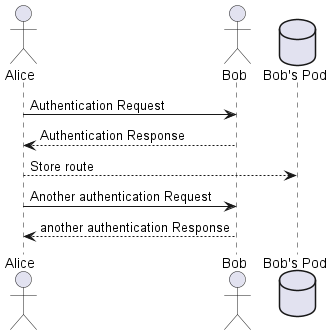
This is images/Sequence diagram.png from Arquisoft/lomap_en2a, a PlantUML export, as it was before one commit. The source it was exported from:
```plantuml
@startuml
actor Alice
actor Bob
database Pod as "Bob's Pod"
Alice -> Bob: Authentication Request
Bob --> Alice: Authentication Response
Alice  --> Pod: Store route
Alice -> Bob: Another authentication Request
Alice <-- Bob: another authentication Response
@enduml
```
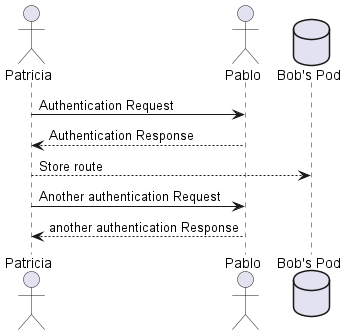
The same diagram one commit later.

The edit, as a diff of the source:
```diff
@@ -1,10 +1,10 @@
 @startuml
-actor Alice
-actor Bob
+actor Patricia
+actor Pablo
 database Pod as "Bob's Pod"
-Alice -> Bob: Authentication Request
-Bob --> Alice: Authentication Response
-Alice  --> Pod: Store route
-Alice -> Bob: Another authentication Request
-Alice <-- Bob: another authentication Response
+Patricia -> Pablo: Authentication Request
+Pablo --> Patricia: Authentication Response
+Patricia  --> Pod: Store route
+Patricia -> Pablo: Another authentication Request
+Patricia <-- Pablo: another authentication Response
 @enduml
```
